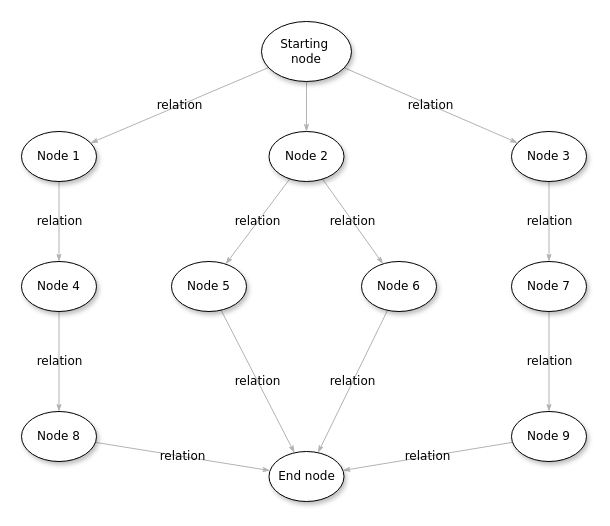
The draw.io diagram Untitled Diagram.drawio in mendezja/RL_CS379_Assignments, before the edit. Source tidied: cells renumbered, new cells numbered last; positions are measured from the earlier drawing's top-left corner, leaving out a move shared by most shapes. Both pictures are drawn from the tidied source at 100%, with x=0, y=0 at pixel (21, 21).
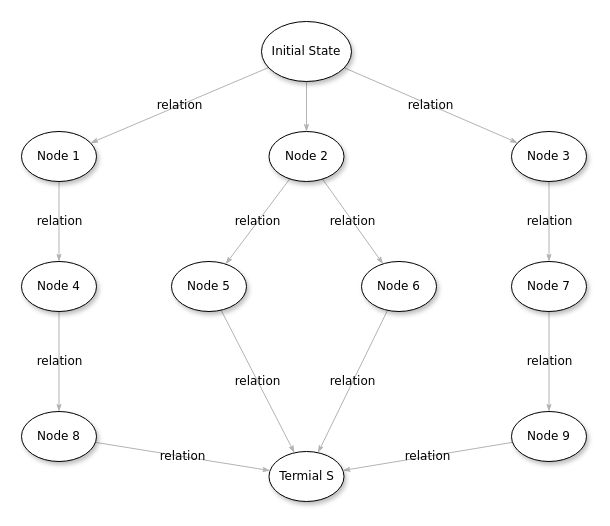
After the change.

Commit message:
Treasure Markov chain

Change to the diagram source:
```diff
@@
-    <mxCell id="5" value="Starting&amp;nbsp;&lt;div&gt;node&lt;/div&gt;" style="ellipse;whiteSpace=wrap;html=1;rounded=0;shadow=1;comic=0;labelBackgroundColor=none;strokeWidth=1;fontFamily=Verdana;fontSize=12;align=center;" parent="1" vertex="1">
+    <mxCell id="5" value="Initial State" style="ellipse;whiteSpace=wrap;html=1;rounded=0;shadow=1;comic=0;labelBackgroundColor=none;strokeWidth=1;fontFamily=Verdana;fontSize=12;align=center;" parent="1" vertex="1">
       <mxGeometry x="240" width="90" height="60" as="geometry" />
     </mxCell>
@@
-    <mxCell id="19" value="End node" style="ellipse;whiteSpace=wrap;html=1;rounded=0;shadow=1;comic=0;labelBackgroundColor=none;strokeWidth=1;fontFamily=Verdana;fontSize=12;align=center;" parent="1" vertex="1">
+    <mxCell id="19" value="Termial S" style="ellipse;whiteSpace=wrap;html=1;rounded=0;shadow=1;comic=0;labelBackgroundColor=none;strokeWidth=1;fontFamily=Verdana;fontSize=12;align=center;" parent="1" vertex="1">
       <mxGeometry x="247.5" y="430" width="75" height="50" as="geometry" />
     </mxCell>
```
